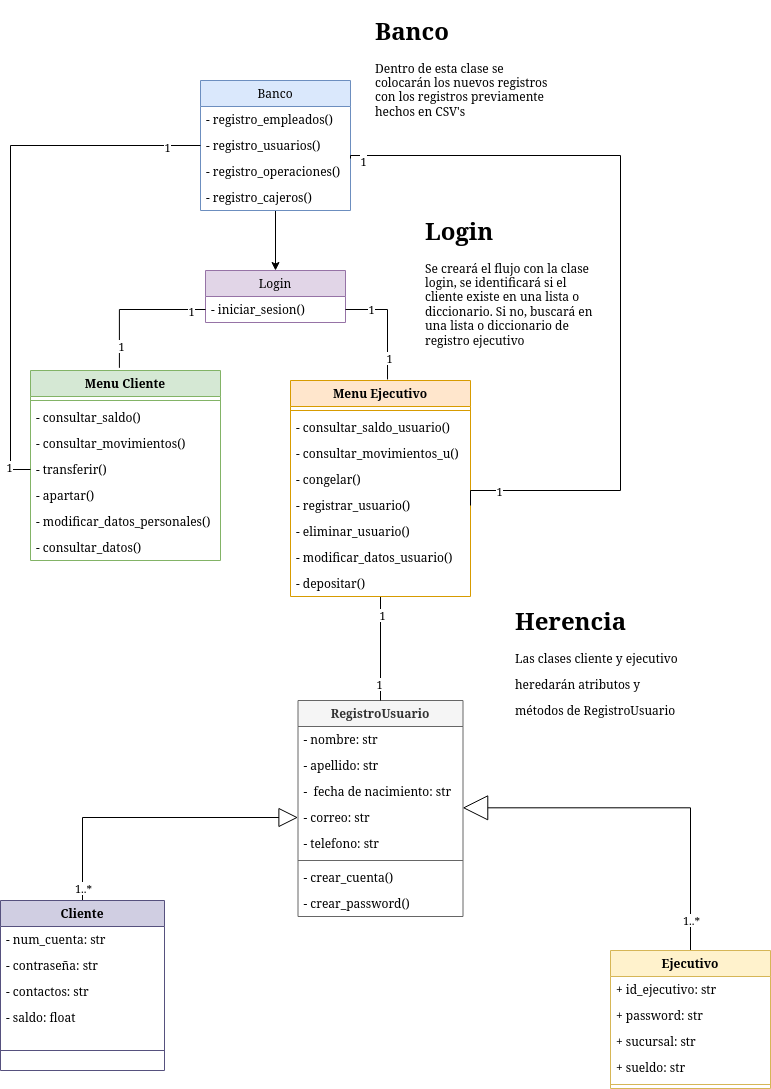
Before: site/imagenes/diagrama_clases_def.drawio.png, a diagram exported from draw.io (ab-max-h/mkdocs). Source tidied: cells renumbered, new cells last; positions are measured from the earlier drawing's top-left corner, leaving out a move shared by most shapes. The source it was exported from:
```xml
<mxGraphModel>
  <root>
    <mxCell id="0" />
    <mxCell id="1" parent="0" />
    <mxCell id="2" style="edgeStyle=orthogonalEdgeStyle;rounded=0;jettySize=auto;html=1;entryX=0;entryY=0.5;entryDx=0;entryDy=0;endArrow=block;endFill=0;endSize=17;" parent="1" edge="1" source="4" target="14">
      <mxGeometry relative="1" as="geometry" />
    </mxCell>
    <mxCell id="3" value="1..*" style="edgeLabel;html=1;align=center;verticalAlign=middle;" parent="2" vertex="1">
      <mxGeometry x="-0.91" relative="1" as="geometry" />
    </mxCell>
    <mxCell id="4" value="Cliente" style="swimlane;fontStyle=1;align=center;verticalAlign=top;horizontal=1;startSize=26;fillColor=#d0cee2;strokeColor=#56517e;" parent="1" vertex="1">
      <mxGeometry y="890" width="164" height="170" as="geometry" />
    </mxCell>
    <mxCell id="5" value="- num_cuenta: str" style="text;strokeColor=none;fillColor=none;align=left;verticalAlign=top;spacingLeft=4;spacingRight=4;overflow=hidden;" parent="4" vertex="1">
      <mxGeometry y="26" width="164" height="26" as="geometry" />
    </mxCell>
    <mxCell id="6" value="- contraseña: str" style="text;strokeColor=none;fillColor=none;align=left;verticalAlign=top;spacingLeft=4;spacingRight=4;overflow=hidden;" parent="4" vertex="1">
      <mxGeometry y="52" width="164" height="26" as="geometry" />
    </mxCell>
    <mxCell id="7" value="- contactos: str" style="text;strokeColor=none;fillColor=none;align=left;verticalAlign=top;spacingLeft=4;spacingRight=4;overflow=hidden;" parent="4" vertex="1">
      <mxGeometry y="78" width="164" height="26" as="geometry" />
    </mxCell>
    <mxCell id="8" value="- saldo: float" style="text;strokeColor=none;fillColor=none;align=left;verticalAlign=top;spacingLeft=4;spacingRight=4;overflow=hidden;" parent="4" vertex="1">
      <mxGeometry y="104" width="164" height="26" as="geometry" />
    </mxCell>
    <mxCell id="9" style="line;strokeWidth=1;fillColor=none;align=left;verticalAlign=middle;spacingTop=-1;spacingLeft=3;spacingRight=3;labelPosition=right;strokeColor=inherit;" parent="4" vertex="1">
      <mxGeometry y="130" width="164" height="40" as="geometry" />
    </mxCell>
    <mxCell id="10" value="RegistroUsuario" style="swimlane;fontStyle=1;align=center;verticalAlign=top;horizontal=1;startSize=26;fillColor=#f5f5f5;fontColor=#333333;strokeColor=#666666;" parent="1" vertex="1">
      <mxGeometry x="297.5" y="690" width="165" height="216" as="geometry" />
    </mxCell>
    <mxCell id="11" value="- nombre: str" style="text;strokeColor=none;fillColor=none;align=left;verticalAlign=top;spacingLeft=4;spacingRight=4;overflow=hidden;" parent="10" vertex="1">
      <mxGeometry y="26" width="165" height="26" as="geometry" />
    </mxCell>
    <mxCell id="12" value="- apellido: str" style="text;strokeColor=none;fillColor=none;align=left;verticalAlign=top;spacingLeft=4;spacingRight=4;overflow=hidden;" parent="10" vertex="1">
      <mxGeometry y="52" width="165" height="26" as="geometry" />
    </mxCell>
    <mxCell id="13" value="-  fecha de nacimiento: str" style="text;strokeColor=none;fillColor=none;align=left;verticalAlign=top;spacingLeft=4;spacingRight=4;overflow=hidden;" parent="10" vertex="1">
      <mxGeometry y="78" width="165" height="26" as="geometry" />
    </mxCell>
    <mxCell id="14" value="- correo: str" style="text;strokeColor=none;fillColor=none;align=left;verticalAlign=top;spacingLeft=4;spacingRight=4;overflow=hidden;points=[[0,0.5],[1,0.5]];portConstraint=eastwest;" parent="10" vertex="1">
      <mxGeometry y="104" width="165" height="26" as="geometry" />
    </mxCell>
    <mxCell id="15" value="- telefono: str" style="text;strokeColor=none;fillColor=none;align=left;verticalAlign=top;spacingLeft=4;spacingRight=4;overflow=hidden;" parent="10" vertex="1">
      <mxGeometry y="130" width="165" height="26" as="geometry" />
    </mxCell>
    <mxCell id="16" style="line;strokeWidth=1;fillColor=none;align=left;verticalAlign=middle;spacingTop=-1;spacingLeft=3;spacingRight=3;labelPosition=right;strokeColor=inherit;" parent="10" vertex="1">
      <mxGeometry y="156" width="165" height="8" as="geometry" />
    </mxCell>
    <mxCell id="17" value="- crear_cuenta()" style="text;strokeColor=none;fillColor=none;align=left;verticalAlign=top;spacingLeft=4;spacingRight=4;overflow=hidden;" parent="10" vertex="1">
      <mxGeometry y="164" width="165" height="26" as="geometry" />
    </mxCell>
    <mxCell id="18" value="- crear_password()" style="text;strokeColor=none;fillColor=none;align=left;verticalAlign=top;spacingLeft=4;spacingRight=4;overflow=hidden;" parent="10" vertex="1">
      <mxGeometry y="190" width="165" height="26" as="geometry" />
    </mxCell>
    <mxCell id="19" style="edgeStyle=orthogonalEdgeStyle;rounded=0;jettySize=auto;html=1;entryX=0.998;entryY=0.128;entryDx=0;entryDy=0;entryPerimeter=0;endArrow=block;endFill=0;endSize=23;" parent="1" edge="1" source="21" target="14">
      <mxGeometry relative="1" as="geometry" />
    </mxCell>
    <mxCell id="20" value="1..*" style="edgeLabel;html=1;align=center;verticalAlign=middle;" parent="19" vertex="1">
      <mxGeometry x="-0.84" relative="1" as="geometry" />
    </mxCell>
    <mxCell id="21" value="Ejecutivo" style="swimlane;fontStyle=1;align=center;verticalAlign=top;horizontal=1;startSize=26;fillColor=#fff2cc;strokeColor=#d6b656;" parent="1" vertex="1">
      <mxGeometry x="610" y="940" width="160" height="138" as="geometry" />
    </mxCell>
    <mxCell id="22" value="+ id_ejecutivo: str" style="text;strokeColor=none;fillColor=none;align=left;verticalAlign=top;spacingLeft=4;spacingRight=4;overflow=hidden;" parent="21" vertex="1">
      <mxGeometry y="26" width="160" height="26" as="geometry" />
    </mxCell>
    <mxCell id="23" value="+ password: str" style="text;strokeColor=none;fillColor=none;align=left;verticalAlign=top;spacingLeft=4;spacingRight=4;overflow=hidden;" parent="21" vertex="1">
      <mxGeometry y="52" width="160" height="26" as="geometry" />
    </mxCell>
    <mxCell id="24" value="+ sucursal: str" style="text;strokeColor=none;fillColor=none;align=left;verticalAlign=top;spacingLeft=4;spacingRight=4;overflow=hidden;" parent="21" vertex="1">
      <mxGeometry y="78" width="160" height="26" as="geometry" />
    </mxCell>
    <mxCell id="25" value="+ sueldo: str" style="text;strokeColor=none;fillColor=none;align=left;verticalAlign=top;spacingLeft=4;spacingRight=4;overflow=hidden;" parent="21" vertex="1">
      <mxGeometry y="104" width="160" height="26" as="geometry" />
    </mxCell>
    <mxCell id="26" style="line;strokeWidth=1;fillColor=none;align=left;verticalAlign=middle;spacingTop=-1;spacingLeft=3;spacingRight=3;labelPosition=right;strokeColor=inherit;" parent="21" vertex="1">
      <mxGeometry y="130" width="160" height="8" as="geometry" />
    </mxCell>
    <mxCell id="27" value="Menu Cliente" style="swimlane;fontStyle=1;align=center;verticalAlign=top;horizontal=1;startSize=26;fillColor=#d5e8d4;strokeColor=#82b366;" parent="1" vertex="1">
      <mxGeometry x="30" y="360" width="190" height="190" as="geometry" />
    </mxCell>
    <mxCell id="28" style="line;strokeWidth=1;fillColor=none;align=left;verticalAlign=middle;spacingTop=-1;spacingLeft=3;spacingRight=3;labelPosition=right;strokeColor=inherit;" parent="27" vertex="1">
      <mxGeometry y="26" width="190" height="8" as="geometry" />
    </mxCell>
    <mxCell id="29" value="- consultar_saldo()" style="text;strokeColor=none;fillColor=none;align=left;verticalAlign=top;spacingLeft=4;spacingRight=4;overflow=hidden;" parent="27" vertex="1">
      <mxGeometry y="34" width="190" height="26" as="geometry" />
    </mxCell>
    <mxCell id="30" value="- consultar_movimientos()" style="text;strokeColor=none;fillColor=none;align=left;verticalAlign=top;spacingLeft=4;spacingRight=4;overflow=hidden;" parent="27" vertex="1">
      <mxGeometry y="60" width="190" height="26" as="geometry" />
    </mxCell>
    <mxCell id="31" value="- transferir()" style="text;strokeColor=none;fillColor=none;align=left;verticalAlign=top;spacingLeft=4;spacingRight=4;overflow=hidden;points=[[0,0.5],[1,0.5]];portConstraint=eastwest;" parent="27" vertex="1">
      <mxGeometry y="86" width="190" height="26" as="geometry" />
    </mxCell>
    <mxCell id="32" value="- apartar()" style="text;strokeColor=none;fillColor=none;align=left;verticalAlign=top;spacingLeft=4;spacingRight=4;overflow=hidden;" parent="27" vertex="1">
      <mxGeometry y="112" width="190" height="26" as="geometry" />
    </mxCell>
    <mxCell id="33" value="- modificar_datos_personales()" style="text;strokeColor=none;fillColor=none;align=left;verticalAlign=top;spacingLeft=4;spacingRight=4;overflow=hidden;" parent="27" vertex="1">
      <mxGeometry y="138" width="190" height="26" as="geometry" />
    </mxCell>
    <mxCell id="34" value="- consultar_datos()" style="text;strokeColor=none;fillColor=none;align=left;verticalAlign=top;spacingLeft=4;spacingRight=4;overflow=hidden;" parent="27" vertex="1">
      <mxGeometry y="164" width="190" height="26" as="geometry" />
    </mxCell>
    <mxCell id="35" style="edgeStyle=orthogonalEdgeStyle;rounded=0;jettySize=auto;html=1;entryX=0.5;entryY=0;entryDx=0;entryDy=0;endArrow=none;endFill=0;" parent="1" edge="1" source="38" target="10">
      <mxGeometry relative="1" as="geometry" />
    </mxCell>
    <mxCell id="36" value="1" style="edgeLabel;html=1;align=center;verticalAlign=middle;" parent="35" vertex="1">
      <mxGeometry x="0.68" y="-2" relative="1" as="geometry" />
    </mxCell>
    <mxCell id="37" value="1" style="edgeLabel;html=1;align=center;verticalAlign=middle;" parent="35" vertex="1">
      <mxGeometry x="-0.65" y="1" relative="1" as="geometry" />
    </mxCell>
    <mxCell id="38" value="Menu Ejecutivo" style="swimlane;fontStyle=1;align=center;verticalAlign=top;horizontal=1;startSize=26;fillColor=#ffe6cc;strokeColor=#d79b00;" parent="1" vertex="1">
      <mxGeometry x="290" y="370" width="180" height="216" as="geometry" />
    </mxCell>
    <mxCell id="39" style="line;strokeWidth=1;fillColor=none;align=left;verticalAlign=middle;spacingTop=-1;spacingLeft=3;spacingRight=3;labelPosition=right;strokeColor=inherit;" parent="38" vertex="1">
      <mxGeometry y="26" width="180" height="8" as="geometry" />
    </mxCell>
    <mxCell id="40" value="- consultar_saldo_usuario()" style="text;strokeColor=none;fillColor=none;align=left;verticalAlign=top;spacingLeft=4;spacingRight=4;overflow=hidden;" parent="38" vertex="1">
      <mxGeometry y="34" width="180" height="26" as="geometry" />
    </mxCell>
    <mxCell id="41" value="- consultar_movimientos_u()" style="text;strokeColor=none;fillColor=none;align=left;verticalAlign=top;spacingLeft=4;spacingRight=4;overflow=hidden;" parent="38" vertex="1">
      <mxGeometry y="60" width="180" height="26" as="geometry" />
    </mxCell>
    <mxCell id="42" value="- congelar()" style="text;strokeColor=none;fillColor=none;align=left;verticalAlign=top;spacingLeft=4;spacingRight=4;overflow=hidden;" parent="38" vertex="1">
      <mxGeometry y="86" width="180" height="26" as="geometry" />
    </mxCell>
    <mxCell id="43" value="- registrar_usuario()" style="text;strokeColor=none;fillColor=none;align=left;verticalAlign=top;spacingLeft=4;spacingRight=4;overflow=hidden;points=[[0,0.5],[1,0.5]];portConstraint=eastwest;" parent="38" vertex="1">
      <mxGeometry y="112" width="180" height="26" as="geometry" />
    </mxCell>
    <mxCell id="44" value="- eliminar_usuario()" style="text;strokeColor=none;fillColor=none;align=left;verticalAlign=top;spacingLeft=4;spacingRight=4;overflow=hidden;" parent="38" vertex="1">
      <mxGeometry y="138" width="180" height="26" as="geometry" />
    </mxCell>
    <mxCell id="45" value="- modificar_datos_usuario()" style="text;strokeColor=none;fillColor=none;align=left;verticalAlign=top;spacingLeft=4;spacingRight=4;overflow=hidden;" parent="38" vertex="1">
      <mxGeometry y="164" width="180" height="26" as="geometry" />
    </mxCell>
    <mxCell id="46" value="- depositar()" style="text;strokeColor=none;fillColor=none;align=left;verticalAlign=top;spacingLeft=4;spacingRight=4;overflow=hidden;" parent="38" vertex="1">
      <mxGeometry y="190" width="180" height="26" as="geometry" />
    </mxCell>
    <mxCell id="47" style="edgeStyle=orthogonalEdgeStyle;rounded=0;jettySize=auto;html=1;entryX=0.5;entryY=0;entryDx=0;entryDy=0;" parent="1" edge="1" source="48" target="53">
      <mxGeometry relative="1" as="geometry" />
    </mxCell>
    <mxCell id="48" value="Banco" style="swimlane;fontStyle=0;horizontal=1;startSize=26;fillColor=#dae8fc;strokeColor=#6c8ebf;" parent="1" vertex="1">
      <mxGeometry x="200" y="70" width="150" height="130" as="geometry" />
    </mxCell>
    <mxCell id="49" value="- registro_empleados()    " style="text;strokeColor=none;fillColor=none;align=left;verticalAlign=top;spacingLeft=4;spacingRight=4;overflow=hidden;" parent="48" vertex="1">
      <mxGeometry y="26" width="150" height="26" as="geometry" />
    </mxCell>
    <mxCell id="50" value="- registro_usuarios()" style="text;strokeColor=none;fillColor=none;align=left;verticalAlign=top;spacingLeft=4;spacingRight=4;overflow=hidden;points=[[0,0.5],[1,0.5]];portConstraint=eastwest;" parent="48" vertex="1">
      <mxGeometry y="52" width="150" height="26" as="geometry" />
    </mxCell>
    <mxCell id="51" value="- registro_operaciones()" style="text;strokeColor=none;fillColor=none;align=left;verticalAlign=top;spacingLeft=4;spacingRight=4;overflow=hidden;points=[[0,0.5],[1,0.5]];portConstraint=eastwest;" parent="48" vertex="1">
      <mxGeometry y="78" width="150" height="26" as="geometry" />
    </mxCell>
    <mxCell id="52" value="- registro_cajeros()" style="text;strokeColor=none;fillColor=none;align=left;verticalAlign=top;spacingLeft=4;spacingRight=4;overflow=hidden;" parent="48" vertex="1">
      <mxGeometry y="104" width="150" height="26" as="geometry" />
    </mxCell>
    <mxCell id="53" value="Login" style="swimlane;fontStyle=0;horizontal=1;startSize=26;fillColor=#e1d5e7;strokeColor=#9673a6;" parent="1" vertex="1">
      <mxGeometry x="205" y="260" width="140" height="52" as="geometry" />
    </mxCell>
    <mxCell id="54" value="- iniciar_sesion()" style="text;strokeColor=none;fillColor=none;align=left;verticalAlign=top;spacingLeft=4;spacingRight=4;overflow=hidden;points=[[0,0.5],[1,0.5]];portConstraint=eastwest;" parent="53" vertex="1">
      <mxGeometry y="26" width="140" height="26" as="geometry" />
    </mxCell>
    <mxCell id="55" style="edgeStyle=orthogonalEdgeStyle;rounded=0;jettySize=auto;html=1;exitX=1;exitY=0.5;exitDx=0;exitDy=0;entryX=0.539;entryY=-0.005;entryDx=0;entryDy=0;entryPerimeter=0;endArrow=none;endFill=0;" parent="1" edge="1" source="54" target="38">
      <mxGeometry relative="1" as="geometry" />
    </mxCell>
    <mxCell id="56" value="1" style="edgeLabel;html=1;align=center;verticalAlign=middle;" parent="55" vertex="1">
      <mxGeometry x="-0.55" y="1" relative="1" as="geometry" />
    </mxCell>
    <mxCell id="57" value="1" style="edgeLabel;html=1;align=center;verticalAlign=middle;" parent="55" vertex="1">
      <mxGeometry x="0.63" y="1" relative="1" as="geometry" />
    </mxCell>
    <mxCell id="58" style="edgeStyle=orthogonalEdgeStyle;rounded=0;jettySize=auto;html=1;entryX=0.468;entryY=-0.014;entryDx=0;entryDy=0;entryPerimeter=0;endArrow=none;endFill=0;" parent="1" edge="1" source="54" target="27">
      <mxGeometry relative="1" as="geometry" />
    </mxCell>
    <mxCell id="59" value="1" style="edgeLabel;html=1;align=center;verticalAlign=middle;" parent="58" vertex="1">
      <mxGeometry x="0.71" y="2" relative="1" as="geometry" />
    </mxCell>
    <mxCell id="60" value="1" style="edgeLabel;html=1;align=center;verticalAlign=middle;" parent="58" vertex="1">
      <mxGeometry x="-0.79" y="1" relative="1" as="geometry" />
    </mxCell>
    <mxCell id="61" value="&lt;h1&gt;Banco&lt;/h1&gt;&lt;p&gt;Dentro de esta clase se colocarán los nuevos registros con los registros previamente hechos en CSV's&lt;/p&gt;" style="text;html=1;strokeColor=none;fillColor=none;spacing=5;spacingTop=-20;whiteSpace=wrap;overflow=hidden;rounded=0;" parent="1" vertex="1">
      <mxGeometry x="370" width="190" height="120" as="geometry" />
    </mxCell>
    <mxCell id="62" value="&lt;h1&gt;Herencia&lt;/h1&gt;&lt;p&gt;Las clases cliente y ejecutivo&amp;nbsp;&lt;/p&gt;&lt;p&gt;heredarán atributos y&amp;nbsp;&lt;/p&gt;&lt;p&gt;métodos de RegistroUsuario&lt;br&gt;&lt;/p&gt;" style="text;html=1;strokeColor=none;fillColor=none;spacing=5;spacingTop=-20;whiteSpace=wrap;overflow=hidden;rounded=0;" parent="1" vertex="1">
      <mxGeometry x="510" y="590" width="190" height="120" as="geometry" />
    </mxCell>
    <mxCell id="63" value="&lt;h1&gt;Login&lt;/h1&gt;&lt;p&gt;Se creará el flujo con la clase login, se identificará si el cliente existe en una lista o diccionario. Si no, buscará en una lista o diccionario de registro ejecutivo&lt;/p&gt;" style="text;html=1;strokeColor=none;fillColor=none;spacing=5;spacingTop=-20;whiteSpace=wrap;overflow=hidden;rounded=0;" parent="1" vertex="1">
      <mxGeometry x="420" y="200" width="190" height="140" as="geometry" />
    </mxCell>
    <mxCell id="64" style="edgeStyle=orthogonalEdgeStyle;rounded=0;jettySize=auto;html=1;exitX=0;exitY=0.5;exitDx=0;exitDy=0;entryX=0;entryY=0.5;entryDx=0;entryDy=0;endArrow=none;endFill=0;" parent="1" edge="1" source="31" target="50">
      <mxGeometry relative="1" as="geometry" />
    </mxCell>
    <mxCell id="65" value="1" style="edgeLabel;html=1;align=center;verticalAlign=middle;" parent="64" vertex="1">
      <mxGeometry x="-0.91" y="2" relative="1" as="geometry" />
    </mxCell>
    <mxCell id="66" value="1" style="edgeLabel;html=1;align=center;verticalAlign=middle;" parent="64" vertex="1">
      <mxGeometry x="0.87" y="-1" relative="1" as="geometry" />
    </mxCell>
    <mxCell id="67" style="edgeStyle=orthogonalEdgeStyle;rounded=0;jettySize=auto;html=1;exitX=1;exitY=0.5;exitDx=0;exitDy=0;endArrow=none;endFill=0;entryX=1;entryY=0;entryDx=0;entryDy=0;entryPerimeter=0;" parent="1" edge="1" source="43" target="51">
      <mxGeometry relative="1" as="geometry">
        <Array as="points">
          <mxPoint x="470" y="480" />
          <mxPoint x="620" y="480" />
          <mxPoint x="620" y="145" />
          <mxPoint x="350" y="145" />
        </Array>
      </mxGeometry>
    </mxCell>
    <mxCell id="68" value="1" style="edgeLabel;html=1;align=center;verticalAlign=middle;" parent="67" vertex="1">
      <mxGeometry x="0.96" y="1" relative="1" as="geometry">
        <mxPoint y="4" as="offset" />
      </mxGeometry>
    </mxCell>
    <mxCell id="69" value="1" style="edgeLabel;html=1;align=center;verticalAlign=middle;" parent="67" vertex="1">
      <mxGeometry x="-0.89" relative="1" as="geometry" />
    </mxCell>
  </root>
</mxGraphModel>
```
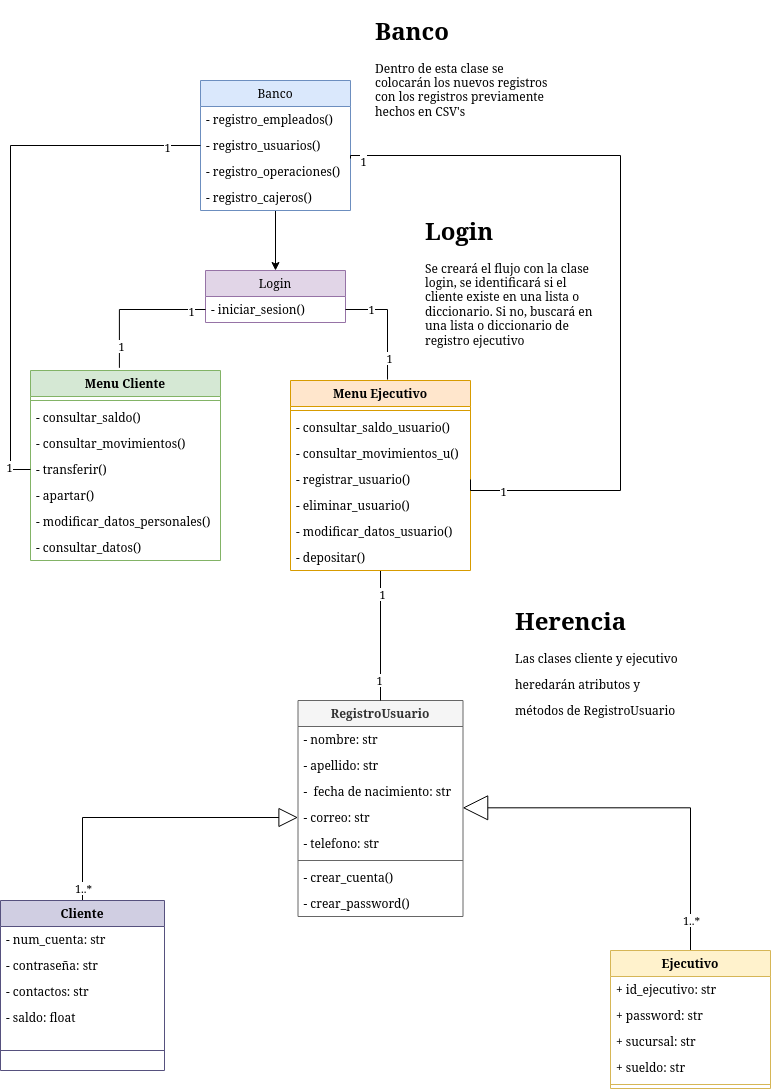
After the change.

What changed in the source:
```diff
@@ -111,7 +111,7 @@
       <mxGeometry x="-0.65" y="1" relative="1" as="geometry" />
     </mxCell>
     <mxCell id="38" value="Menu Ejecutivo" style="swimlane;fontStyle=1;align=center;verticalAlign=top;horizontal=1;startSize=26;fillColor=#ffe6cc;strokeColor=#d79b00;" parent="1" vertex="1">
-      <mxGeometry x="290" y="370" width="180" height="216" as="geometry" />
+      <mxGeometry x="290" y="370" width="180" height="190" as="geometry" />
     </mxCell>
     <mxCell id="39" style="line;strokeWidth=1;fillColor=none;align=left;verticalAlign=middle;spacingTop=-1;spacingLeft=3;spacingRight=3;labelPosition=right;strokeColor=inherit;" parent="38" vertex="1">
       <mxGeometry y="26" width="180" height="8" as="geometry" />
@@ -122,20 +122,17 @@
     <mxCell id="41" value="- consultar_movimientos_u()" style="text;strokeColor=none;fillColor=none;align=left;verticalAlign=top;spacingLeft=4;spacingRight=4;overflow=hidden;" parent="38" vertex="1">
       <mxGeometry y="60" width="180" height="26" as="geometry" />
     </mxCell>
-    <mxCell id="42" value="- congelar()" style="text;strokeColor=none;fillColor=none;align=left;verticalAlign=top;spacingLeft=4;spacingRight=4;overflow=hidden;" parent="38" vertex="1">
-      <mxGeometry y="86" width="180" height="26" as="geometry" />
-    </mxCell>
     <mxCell id="43" value="- registrar_usuario()" style="text;strokeColor=none;fillColor=none;align=left;verticalAlign=top;spacingLeft=4;spacingRight=4;overflow=hidden;points=[[0,0.5],[1,0.5]];portConstraint=eastwest;" parent="38" vertex="1">
-      <mxGeometry y="112" width="180" height="26" as="geometry" />
+      <mxGeometry y="86" width="180" height="26" as="geometry" />
     </mxCell>
     <mxCell id="44" value="- eliminar_usuario()" style="text;strokeColor=none;fillColor=none;align=left;verticalAlign=top;spacingLeft=4;spacingRight=4;overflow=hidden;" parent="38" vertex="1">
-      <mxGeometry y="138" width="180" height="26" as="geometry" />
+      <mxGeometry y="112" width="180" height="26" as="geometry" />
     </mxCell>
     <mxCell id="45" value="- modificar_datos_usuario()" style="text;strokeColor=none;fillColor=none;align=left;verticalAlign=top;spacingLeft=4;spacingRight=4;overflow=hidden;" parent="38" vertex="1">
-      <mxGeometry y="164" width="180" height="26" as="geometry" />
+      <mxGeometry y="138" width="180" height="26" as="geometry" />
     </mxCell>
     <mxCell id="46" value="- depositar()" style="text;strokeColor=none;fillColor=none;align=left;verticalAlign=top;spacingLeft=4;spacingRight=4;overflow=hidden;" parent="38" vertex="1">
-      <mxGeometry y="190" width="180" height="26" as="geometry" />
+      <mxGeometry y="164" width="180" height="26" as="geometry" />
     </mxCell>
     <mxCell id="47" style="edgeStyle=orthogonalEdgeStyle;rounded=0;jettySize=auto;html=1;entryX=0.5;entryY=0;entryDx=0;entryDy=0;" parent="1" edge="1" source="48" target="53">
       <mxGeometry relative="1" as="geometry" />
```
